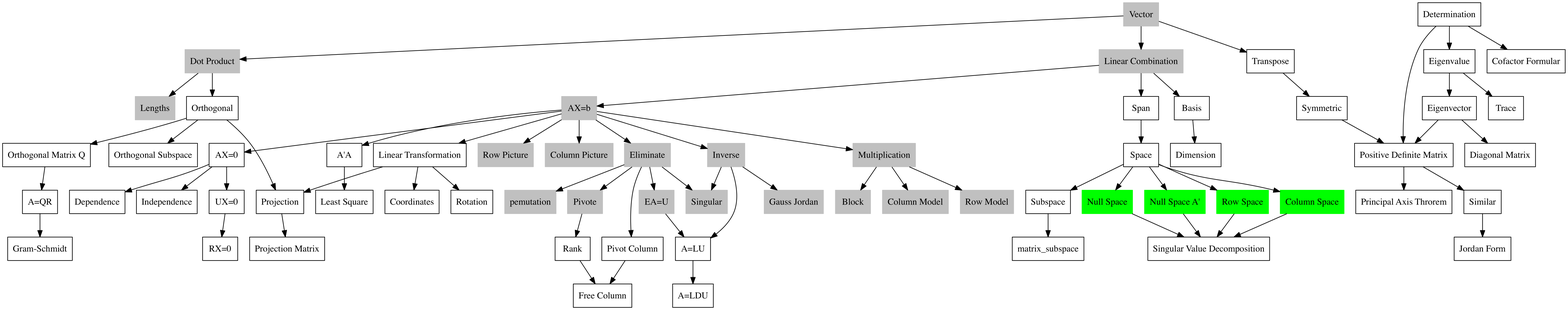
Before: LinearAlgebra/LinearAlgebra.png, a diagram exported from Graphviz (Tony-Tan/MachineLearningMath). Its source is kept beside it as LinearAlgebra/LinearAlgebra.dot.
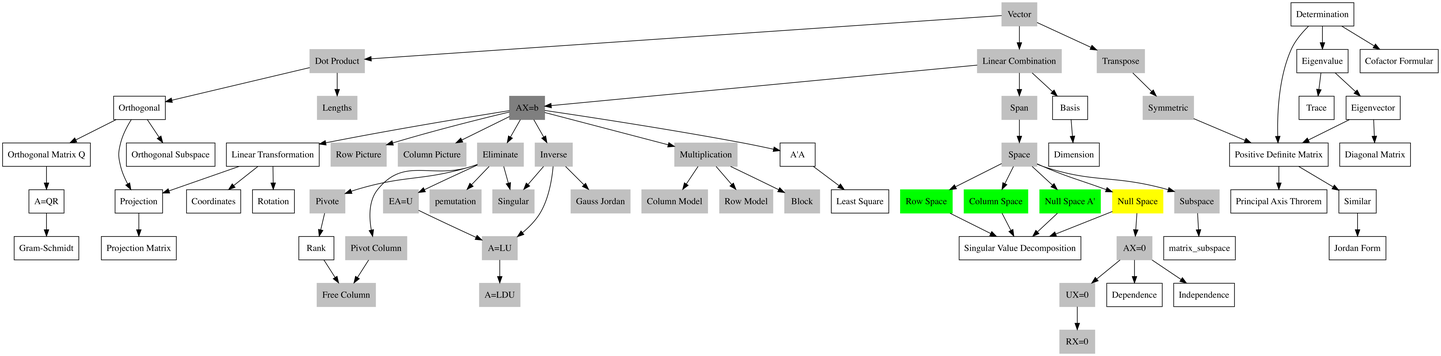
The same diagram one commit later.

Diff of the diagram source:
```diff
@@ -16,24 +16,24 @@
 	inverse[label="Inverse",style=filled,color=gray];
 	singular[label="Singular",style=filled,color=gray];
 	Gauss_Jordan[label="Gauss Jordan",style=filled,color=gray];
-	a_equ_lu[label="A=LU"];
-	a_equ_ldu[label="A=LDU"];
-	transpose[label="Transpose"];
-	symmetric[label="Symmetric"];
+	a_equ_lu[label="A=LU",style=filled,color=gray];
+	a_equ_ldu[label="A=LDU",style=filled,color=gray];
+	transpose[label="Transpose",style=filled,color=gray];
+	symmetric[label="Symmetric",style=filled,color=gray];
 
-	space[label="Space"];
-	subspace[label="Subspace"];
+	space[label="Space",style=filled,color=gray];
+	subspace[label="Subspace",style=filled,color=gray];
 
 	rank_[label="Rank"];
-	pivot_column[label="Pivot Column"];
-	free_column[label="Free Column"];
-	ax_equ_0[label="AX=0"];
-	ux_equ_0[label="UX=0"];
-	rx_equ_0[label="RX=0"];
-	ax_equ_b[label="AX=b",style=filled,color=gray];
+	pivot_column[label="Pivot Column",style=filled,color=gray];
+	free_column[label="Free Column",style=filled,color=gray];
+	ax_equ_0[label="AX=0",style=filled,color=gray];
+	ux_equ_0[label="UX=0",style=filled,color=gray];
+	rx_equ_0[label="RX=0",style=filled,color=gray];
+	ax_equ_b[label="AX=b",style=filled,color=grey50];
 	dependence[label="Dependence"];
 	independence[label="Independence"];
-	span[label="Span"];
+	span[label="Span",style=filled,color=gray];
 	basis[label="Basis"];
 	dimension[label="Dimension"];
 
@@ -42,7 +42,7 @@
 		color=red;
 		row_space[label="Row Space"];
 		column_space[label="Column Space"];
-		null_space[label="Null Space"];
+		null_space[label="Null Space",style=filled,color=yellow];
 		null_space_a_t[label="Null Space A\'"];
 		space->row_space;
 		space->null_space_a_t;
@@ -105,7 +105,7 @@
 
 	ax_equ_0->ux_equ_0->rx_equ_0;
 
-	ax_equ_b->ax_equ_0;
+	null_space->ax_equ_0;
 	ax_equ_0->dependence;
 	ax_equ_0->independence;
 	linear_combination->span;
```
